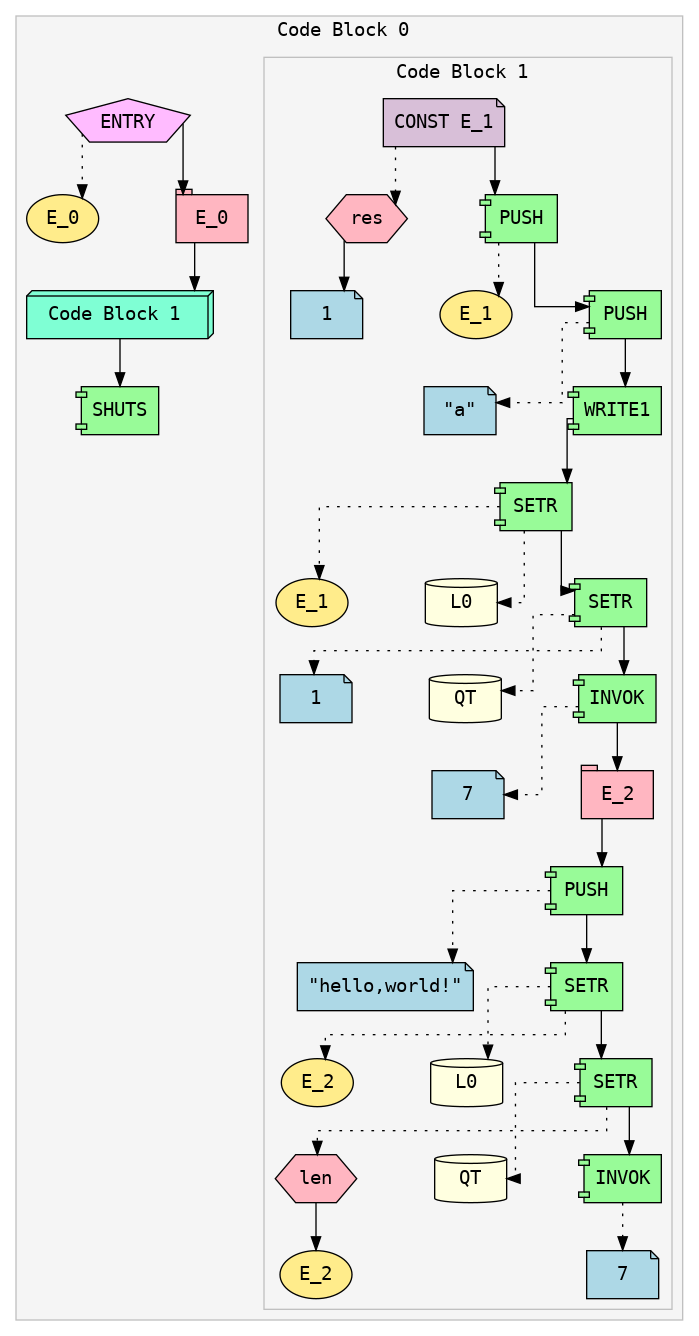
Above: ir.png in Soham-Metha/IICT_Segfault_2025 (Graphviz), before the change. Its source is kept beside it as ir.dot.
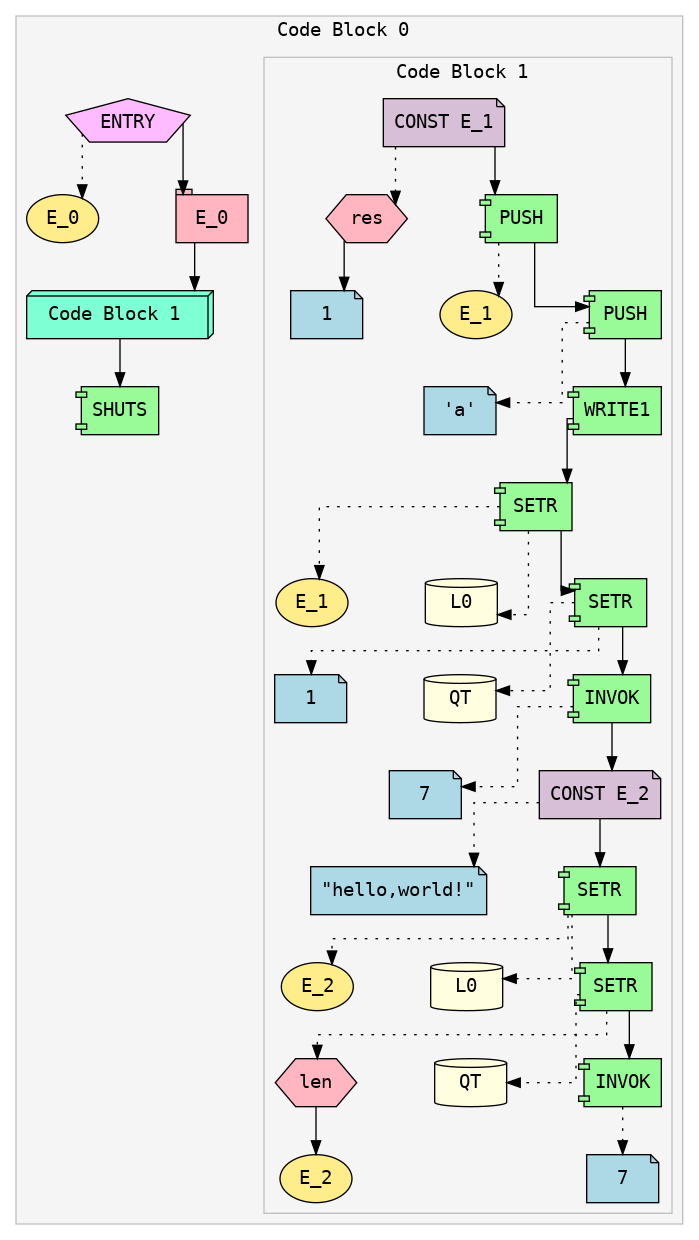
The same file after the commit.

Change to the diagram source:
```diff
@@ -29,7 +29,7 @@
 Expr_8 -> Expr_9 [style=dotted]
 Expr_5 -> Expr_8;
 Expr_10 [shape=component style=filled fillcolor=palegreen fontname="Courier" label="PUSH"]
-Expr_11 [shape=note style=filled fillcolor=lightblue fontname="Courier" label="\"a\""]
+Expr_11 [shape=note style=filled fillcolor=lightblue fontname="Courier" label="'a'"]
 Expr_10 -> Expr_11 [style=dotted]
 Expr_8 -> Expr_10;
 Expr_12 [shape=component style=filled fillcolor=palegreen fontname="Courier" label="WRITE1"]
@@ -50,34 +50,32 @@
 Expr_20 [shape=note style=filled fillcolor=lightblue fontname="Courier" label="7"]
 Expr_19 -> Expr_20 [style=dotted]
 Expr_16 -> Expr_19;
-Expr_21 [shape=tab style=filled fillcolor=lightpink fontname="Courier" label="E_2"]
+Expr_21 [shape=note style=filled fillcolor=thistle fontname="Courier" label="CONST E_2"]
+Expr_22 [shape=note style=filled fillcolor=lightblue fontname="Courier" label="\"hello,world!\""]
+Expr_21 -> Expr_22 [style=dotted]
 Expr_19 -> Expr_21;
-Expr_22 [shape=component style=filled fillcolor=palegreen fontname="Courier" label="PUSH"]
-Expr_23 [shape=note style=filled fillcolor=lightblue fontname="Courier" label="\"hello,world!\""]
-Expr_22 -> Expr_23 [style=dotted]
-Expr_21 -> Expr_22;
-Expr_24 [shape=component style=filled fillcolor=palegreen fontname="Courier" label="SETR"]
-Expr_25 [shape=ellipse style=filled fillcolor=lightgoldenrod1 fontname="Courier" label="E_2"]
-Expr_24 -> Expr_25 [style=dotted]
-Expr_26 [shape=cylinder style=filled fillcolor=lightyellow fontname="Courier" label="L0"]
-Expr_24 -> Expr_26 [style=dotted]
-Expr_22 -> Expr_24;
-Expr_27 [shape=component style=filled fillcolor=palegreen fontname="Courier" label="SETR"]
-Expr_28 [shape=hexagon style=filled fillcolor=lightpink fontname="Courier" label="len"]
-Expr_29 [shape=ellipse style=filled fillcolor=lightgoldenrod1 fontname="Courier" label="E_2"]
-Expr_28 -> Expr_29
-Expr_27 -> Expr_28 [style=dotted]
-Expr_30 [shape=cylinder style=filled fillcolor=lightyellow fontname="Courier" label="QT"]
-Expr_27 -> Expr_30 [style=dotted]
-Expr_24 -> Expr_27;
-Expr_31 [shape=component style=filled fillcolor=palegreen fontname="Courier" label="INVOK"]
-Expr_32 [shape=note style=filled fillcolor=lightblue fontname="Courier" label="7"]
-Expr_31 -> Expr_32 [style=dotted]
-Expr_27 -> Expr_31;
+Expr_23 [shape=component style=filled fillcolor=palegreen fontname="Courier" label="SETR"]
+Expr_24 [shape=ellipse style=filled fillcolor=lightgoldenrod1 fontname="Courier" label="E_2"]
+Expr_23 -> Expr_24 [style=dotted]
+Expr_25 [shape=cylinder style=filled fillcolor=lightyellow fontname="Courier" label="L0"]
+Expr_23 -> Expr_25 [style=dotted]
+Expr_21 -> Expr_23;
+Expr_26 [shape=component style=filled fillcolor=palegreen fontname="Courier" label="SETR"]
+Expr_27 [shape=hexagon style=filled fillcolor=lightpink fontname="Courier" label="len"]
+Expr_28 [shape=ellipse style=filled fillcolor=lightgoldenrod1 fontname="Courier" label="E_2"]
+Expr_27 -> Expr_28
+Expr_26 -> Expr_27 [style=dotted]
+Expr_29 [shape=cylinder style=filled fillcolor=lightyellow fontname="Courier" label="QT"]
+Expr_26 -> Expr_29 [style=dotted]
+Expr_23 -> Expr_26;
+Expr_30 [shape=component style=filled fillcolor=palegreen fontname="Courier" label="INVOK"]
+Expr_31 [shape=note style=filled fillcolor=lightblue fontname="Courier" label="7"]
+Expr_30 -> Expr_31 [style=dotted]
+Expr_26 -> Expr_30;
 }
 Expr_4 [shape=box3d style=filled fillcolor=aquamarine fontname="Courier" label=" Code Block 1  "]
 Expr_3 -> Expr_4;
-Expr_33 [shape=component style=filled fillcolor=palegreen fontname="Courier" label="SHUTS"]
-Expr_4 -> Expr_33;
+Expr_32 [shape=component style=filled fillcolor=palegreen fontname="Courier" label="SHUTS"]
+Expr_4 -> Expr_32;
 }
 }
```
